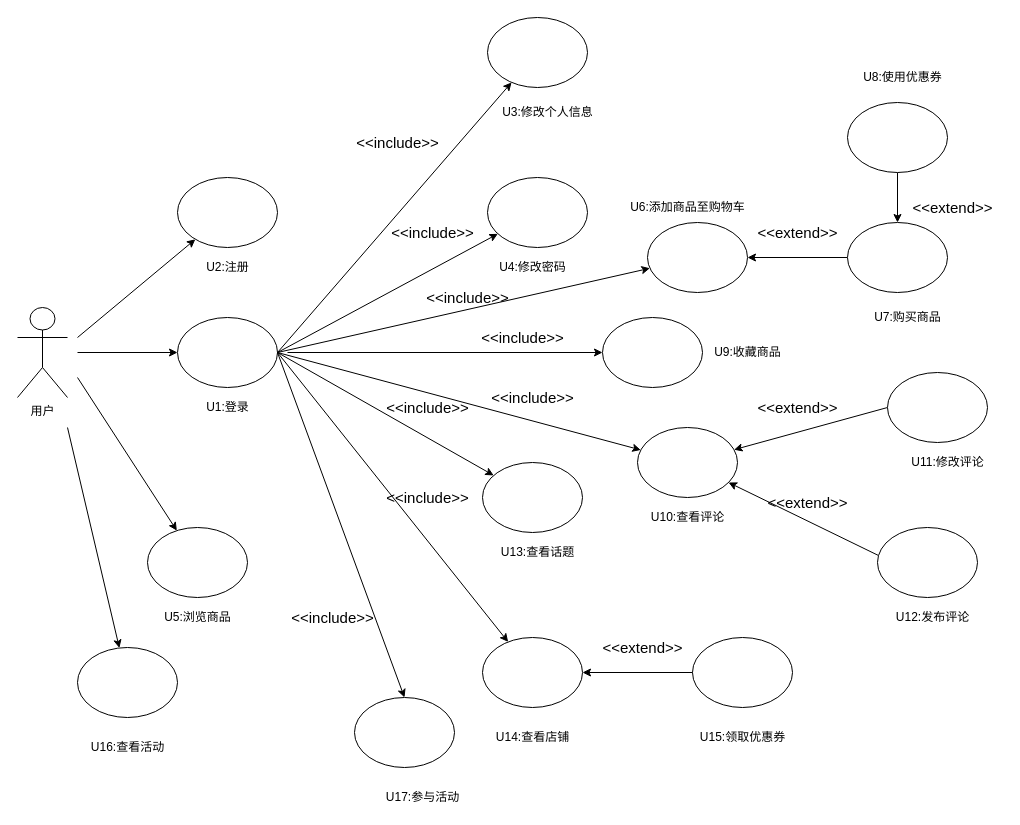
Before: 软工导论小组作业/需求建模之用例模型（商品模块-用户）.drawio in app1echip/grams, a draw.io diagram. Source tidied: cells renumbered, new cells numbered last; positions are measured from the earlier drawing's top-left corner, leaving out a move shared by most shapes. Both pictures are drawn from the tidied source at 100%, with x=0, y=0 at pixel (17, 17).
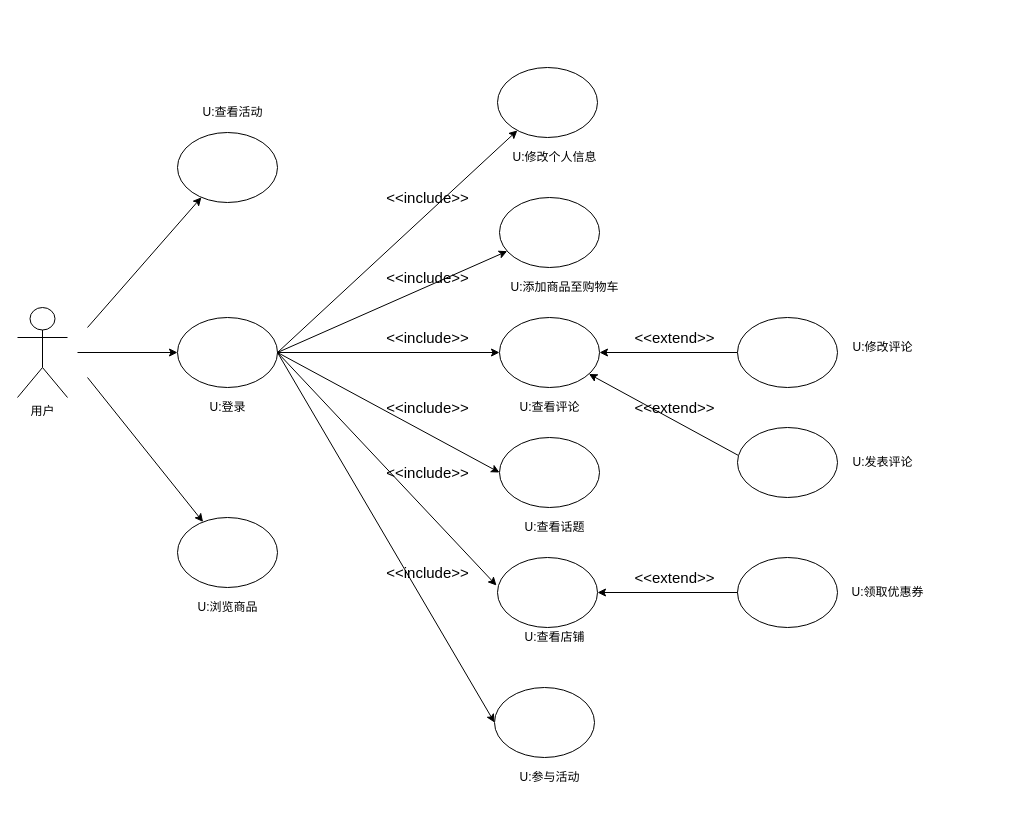
After the change.

Commit message:
Update 需求建模之用例模型（商品模块-用户）.drawio

Unchanged cells that the change refers to:
```xml
<mxCell id="6" style="ellipse;whiteSpace=wrap;html=1;" parent="1" vertex="1">
  <mxGeometry x="160" y="300" width="100" height="70" as="geometry" />
</mxCell>
```

Diff of the diagram source:
```diff
@@
-    <mxCell id="3" style="rounded=0;jettySize=auto;html=1;startArrow=classic;startFill=1;endArrow=none;endFill=0;" parent="1" edge="1" source="4">
-      <mxGeometry relative="1" as="geometry">
-        <mxPoint x="60" y="320" as="targetPoint" />
-      </mxGeometry>
-    </mxCell>
-    <mxCell id="4" style="ellipse;whiteSpace=wrap;html=1;" parent="1" vertex="1">
-      <mxGeometry x="160" y="160" width="100" height="70" as="geometry" />
-    </mxCell>
@@
     <mxCell id="7" style="edgeStyle=none;rounded=0;jettySize=auto;html=1;startArrow=classic;startFill=1;endArrow=none;endFill=0;" parent="1" edge="1" source="64">
       <mxGeometry relative="1" as="geometry">
-        <mxPoint x="60" y="360" as="targetPoint" />
+        <mxPoint x="70" y="360" as="targetPoint" />
       </mxGeometry>
     </mxCell>
@@
     <mxCell id="9" style="ellipse;whiteSpace=wrap;html=1;" parent="1" vertex="1">
-      <mxGeometry x="630" y="205" width="100" height="70" as="geometry" />
+      <mxGeometry x="482" y="180" width="100" height="70" as="geometry" />
     </mxCell>
-    <mxCell id="10" style="edgeStyle=none;rounded=0;jettySize=auto;html=1;entryX=1;entryY=0.5;entryDx=0;entryDy=0;startArrow=none;startFill=0;endArrow=classic;endFill=1;" parent="1" edge="1" source="12" target="9">
-      <mxGeometry relative="1" as="geometry" />
-    </mxCell>
-    <mxCell id="11" style="edgeStyle=none;rounded=0;jettySize=auto;html=1;entryX=0.5;entryY=1;entryDx=0;entryDy=0;startArrow=classic;startFill=1;endArrow=none;endFill=0;" parent="1" edge="1" source="12" target="23">
-      <mxGeometry relative="1" as="geometry" />
-    </mxCell>
-    <mxCell id="12" style="ellipse;whiteSpace=wrap;html=1;" parent="1" vertex="1">
-      <mxGeometry x="830" y="205" width="100" height="70" as="geometry" />
-    </mxCell>
@@
     <mxCell id="14" style="ellipse;whiteSpace=wrap;html=1;" parent="1" vertex="1">
-      <mxGeometry x="470" width="100" height="70" as="geometry" />
+      <mxGeometry x="480" y="50" width="100" height="70" as="geometry" />
     </mxCell>
@@
     <mxCell id="18" style="ellipse;whiteSpace=wrap;html=1;" parent="1" vertex="1">
-      <mxGeometry x="620" y="410" width="100" height="70" as="geometry" />
+      <mxGeometry x="482" y="300" width="100" height="70" as="geometry" />
     </mxCell>
     <mxCell id="19" style="ellipse;whiteSpace=wrap;html=1;" parent="1" vertex="1">
-      <mxGeometry x="675" y="620" width="100" height="70" as="geometry" />
+      <mxGeometry x="720" y="540" width="100" height="70" as="geometry" />
     </mxCell>
-    <mxCell id="20" style="edgeStyle=none;rounded=0;jettySize=auto;html=1;startArrow=classic;startFill=1;endArrow=none;endFill=0;entryX=1;entryY=0.5;entryDx=0;entryDy=0;" parent="1" edge="1" source="21" target="6">
-      <mxGeometry relative="1" as="geometry" />
-    </mxCell>
-    <mxCell id="21" style="ellipse;whiteSpace=wrap;html=1;" parent="1" vertex="1">
-      <mxGeometry x="470" y="160" width="100" height="70" as="geometry" />
-    </mxCell>
     <mxCell id="22" style="ellipse;whiteSpace=wrap;html=1;" parent="1" vertex="1">
-      <mxGeometry x="870" y="355" width="100" height="70" as="geometry" />
+      <mxGeometry x="720" y="300" width="100" height="70" as="geometry" />
     </mxCell>
-    <mxCell id="23" style="ellipse;whiteSpace=wrap;html=1;" parent="1" vertex="1">
-      <mxGeometry x="830" y="85" width="100" height="70" as="geometry" />
-    </mxCell>
-    <mxCell id="24" style="edgeStyle=none;rounded=0;jettySize=auto;html=1;entryX=1;entryY=0.5;entryDx=0;entryDy=0;startArrow=classic;startFill=1;endArrow=none;endFill=0;" parent="1" edge="1" source="25" target="6">
+    <mxCell id="24" style="edgeStyle=none;rounded=0;jettySize=auto;html=1;entryX=1;entryY=0.5;entryDx=0;entryDy=0;startArrow=classic;startFill=1;endArrow=none;endFill=0;exitX=0;exitY=0.5;exitDx=0;exitDy=0;" parent="1" edge="1" source="25" target="6">
       <mxGeometry relative="1" as="geometry" />
     </mxCell>
     <mxCell id="25" style="ellipse;whiteSpace=wrap;html=1;" parent="1" vertex="1">
-      <mxGeometry x="465" y="445" width="100" height="70" as="geometry" />
+      <mxGeometry x="482" y="420" width="100" height="70" as="geometry" />
     </mxCell>
-    <mxCell id="26" value="&lt;font style=&quot;font-size: 15px&quot;&gt;&amp;lt;&amp;lt;include&amp;gt;&amp;gt;&lt;/font&gt;" style="text;html=1;align=center;verticalAlign=middle;" parent="1" vertex="1">
-      <mxGeometry x="365" y="205" width="100" height="20" as="geometry" />
-    </mxCell>
-    <mxCell id="27" style="edgeStyle=none;rounded=0;jettySize=auto;html=1;startArrow=classic;startFill=1;endArrow=none;endFill=0;" parent="1" edge="1" source="28">
-      <mxGeometry relative="1" as="geometry">
-        <mxPoint x="270" y="335" as="targetPoint" />
-      </mxGeometry>
-    </mxCell>
-    <mxCell id="28" style="ellipse;whiteSpace=wrap;html=1;" parent="1" vertex="1">
-      <mxGeometry x="585" y="300" width="100" height="70" as="geometry" />
-    </mxCell>
-    <mxCell id="29" value="&lt;span&gt;U1:登录&lt;/span&gt;" style="text;html=1;align=center;verticalAlign=middle;" parent="1" vertex="1">
-      <mxGeometry x="180" y="380" width="60" height="20" as="geometry" />
+    <mxCell id="29" value="&lt;span&gt;U:登录&lt;/span&gt;" style="text;html=1;align=center;verticalAlign=middle;" parent="1" vertex="1">
+      <mxGeometry x="185" y="380" width="50" height="20" as="geometry" />
     </mxCell>
-    <mxCell id="30" value="&lt;span&gt;U11:&lt;/span&gt;&lt;span&gt;修改评论&lt;/span&gt;" style="text;html=1;align=center;verticalAlign=middle;" parent="1" vertex="1">
-      <mxGeometry x="885" y="435" width="90" height="20" as="geometry" />
+    <mxCell id="30" value="&lt;span&gt;U:&lt;/span&gt;&lt;span&gt;修改评论&lt;/span&gt;" style="text;html=1;align=center;verticalAlign=middle;" parent="1" vertex="1">
+      <mxGeometry x="825" y="320" width="80" height="20" as="geometry" />
     </mxCell>
-    <mxCell id="31" value="&lt;span&gt;U2:&lt;/span&gt;&lt;span&gt;注册&lt;/span&gt;" style="text;html=1;align=center;verticalAlign=middle;" parent="1" vertex="1">
-      <mxGeometry x="180" y="240" width="60" height="20" as="geometry" />
-    </mxCell>
-    <mxCell id="32" value="&lt;span&gt;U10:查看&lt;/span&gt;&lt;span&gt;评论&lt;/span&gt;" style="text;html=1;align=center;verticalAlign=middle;" parent="1" vertex="1">
-      <mxGeometry x="625" y="490" width="90" height="20" as="geometry" />
+    <mxCell id="32" value="&lt;span&gt;U:查看&lt;/span&gt;&lt;span&gt;评论&lt;/span&gt;" style="text;html=1;align=center;verticalAlign=middle;" parent="1" vertex="1">
+      <mxGeometry x="492" y="380" width="80" height="20" as="geometry" />
     </mxCell>
-    <mxCell id="33" value="&lt;span&gt;U9:&lt;/span&gt;&lt;span&gt;收藏商品&lt;/span&gt;" style="text;html=1;align=center;verticalAlign=middle;" parent="1" vertex="1">
-      <mxGeometry x="690" y="325" width="80" height="20" as="geometry" />
-    </mxCell>
-    <mxCell id="34" value="&lt;span&gt;U7:&lt;/span&gt;&lt;span&gt;购买商品&lt;/span&gt;" style="text;html=1;align=center;verticalAlign=middle;" parent="1" vertex="1">
-      <mxGeometry x="850" y="290" width="80" height="20" as="geometry" />
-    </mxCell>
-    <mxCell id="35" value="&lt;span&gt;U3:&lt;/span&gt;&lt;span&gt;修改个人信息&lt;/span&gt;" style="text;html=1;align=center;verticalAlign=middle;" parent="1" vertex="1">
-      <mxGeometry x="475" y="85" width="110" height="20" as="geometry" />
+    <mxCell id="35" value="&lt;span&gt;U:&lt;/span&gt;&lt;span&gt;修改个人信息&lt;/span&gt;" style="text;html=1;align=center;verticalAlign=middle;" parent="1" vertex="1">
+      <mxGeometry x="487" y="130" width="100" height="20" as="geometry" />
     </mxCell>
-    <mxCell id="36" value="&lt;span&gt;U4:&lt;/span&gt;&lt;span&gt;修改密码&lt;/span&gt;" style="text;html=1;align=center;verticalAlign=middle;" parent="1" vertex="1">
-      <mxGeometry x="475" y="240" width="80" height="20" as="geometry" />
-    </mxCell>
-    <mxCell id="37" value="&lt;span&gt;U15:&lt;/span&gt;&lt;span&gt;领取优惠券&lt;/span&gt;" style="text;html=1;align=center;verticalAlign=middle;" parent="1" vertex="1">
-      <mxGeometry x="675" y="710" width="100" height="20" as="geometry" />
+    <mxCell id="37" value="&lt;span&gt;U:&lt;/span&gt;&lt;span&gt;领取优惠券&lt;/span&gt;" style="text;html=1;align=center;verticalAlign=middle;" parent="1" vertex="1">
+      <mxGeometry x="825" y="565" width="90" height="20" as="geometry" />
     </mxCell>
-    <mxCell id="38" value="&lt;span&gt;U8:&lt;/span&gt;&lt;span&gt;使用优惠券&lt;/span&gt;" style="text;html=1;align=center;verticalAlign=middle;" parent="1" vertex="1">
-      <mxGeometry x="840" y="50" width="90" height="20" as="geometry" />
-    </mxCell>
-    <mxCell id="39" value="&lt;span&gt;U13:&lt;/span&gt;&lt;span&gt;查看话题&lt;/span&gt;" style="text;html=1;align=center;verticalAlign=middle;" parent="1" vertex="1">
-      <mxGeometry x="475" y="525" width="90" height="20" as="geometry" />
+    <mxCell id="39" value="&lt;span&gt;U:&lt;/span&gt;&lt;span&gt;查看话题&lt;/span&gt;" style="text;html=1;align=center;verticalAlign=middle;" parent="1" vertex="1">
+      <mxGeometry x="497" y="500" width="80" height="20" as="geometry" />
     </mxCell>
-    <mxCell id="40" value="&lt;span&gt;U6:&lt;/span&gt;&lt;span&gt;添加商品至购物车&lt;/span&gt;" style="text;html=1;align=center;verticalAlign=middle;" parent="1" vertex="1">
-      <mxGeometry x="605" y="180" width="130" height="20" as="geometry" />
+    <mxCell id="40" value="&lt;span&gt;U:&lt;/span&gt;&lt;span&gt;添加商品至购物车&lt;/span&gt;" style="text;html=1;align=center;verticalAlign=middle;" parent="1" vertex="1">
+      <mxGeometry x="487" y="260" width="120" height="20" as="geometry" />
     </mxCell>
     <mxCell id="41" value="&lt;font style=&quot;font-size: 15px&quot;&gt;&amp;lt;&amp;lt;include&amp;gt;&amp;gt;&lt;/font&gt;" style="text;html=1;align=center;verticalAlign=middle;" parent="1" vertex="1">
-      <mxGeometry x="330" y="115" width="100" height="20" as="geometry" />
+      <mxGeometry x="360" y="170" width="100" height="20" as="geometry" />
     </mxCell>
     <mxCell id="42" value="&lt;font style=&quot;font-size: 15px&quot;&gt;&amp;lt;&amp;lt;include&amp;gt;&amp;gt;&lt;/font&gt;" style="text;html=1;align=center;verticalAlign=middle;" parent="1" vertex="1">
-      <mxGeometry x="400" y="270" width="100" height="20" as="geometry" />
+      <mxGeometry x="360" y="250" width="100" height="20" as="geometry" />
     </mxCell>
-    <mxCell id="43" value="&lt;font style=&quot;font-size: 15px&quot;&gt;&amp;lt;&amp;lt;include&amp;gt;&amp;gt;&lt;/font&gt;" style="text;html=1;align=center;verticalAlign=middle;" parent="1" vertex="1">
-      <mxGeometry x="455" y="310" width="100" height="20" as="geometry" />
-    </mxCell>
@@
-    <mxCell id="45" style="edgeStyle=none;rounded=0;jettySize=auto;html=1;entryX=1;entryY=0.5;entryDx=0;entryDy=0;startArrow=classic;startFill=1;endArrow=none;endFill=0;" parent="1" edge="1" source="47" target="6">
+    <mxCell id="45" style="edgeStyle=none;rounded=0;jettySize=auto;html=1;entryX=1;entryY=0.5;entryDx=0;entryDy=0;startArrow=classic;startFill=1;endArrow=none;endFill=0;exitX=-0.01;exitY=0.4;exitDx=0;exitDy=0;exitPerimeter=0;" parent="1" edge="1" source="47" target="6">
       <mxGeometry relative="1" as="geometry" />
     </mxCell>
@@
     <mxCell id="47" style="ellipse;whiteSpace=wrap;html=1;" parent="1" vertex="1">
-      <mxGeometry x="465" y="620" width="100" height="70" as="geometry" />
+      <mxGeometry x="480" y="540" width="100" height="70" as="geometry" />
     </mxCell>
     <mxCell id="48" value="&lt;font style=&quot;font-size: 15px&quot;&gt;&amp;lt;&amp;lt;include&amp;gt;&amp;gt;&lt;/font&gt;" style="text;html=1;align=center;verticalAlign=middle;" parent="1" vertex="1">
-      <mxGeometry x="465" y="370" width="100" height="20" as="geometry" />
+      <mxGeometry x="360" y="545" width="100" height="20" as="geometry" />
     </mxCell>
-    <mxCell id="49" value="&lt;span&gt;U14:&lt;/span&gt;&lt;span&gt;查看店铺&lt;/span&gt;" style="text;html=1;align=center;verticalAlign=middle;" parent="1" vertex="1">
-      <mxGeometry x="470" y="710" width="90" height="20" as="geometry" />
+    <mxCell id="49" value="&lt;span&gt;U:&lt;/span&gt;&lt;span&gt;查看店铺&lt;/span&gt;" style="text;html=1;align=center;verticalAlign=middle;" parent="1" vertex="1">
+      <mxGeometry x="497" y="610" width="80" height="20" as="geometry" />
     </mxCell>
     <mxCell id="50" style="ellipse;whiteSpace=wrap;html=1;" parent="1" vertex="1">
-      <mxGeometry x="860" y="510" width="100" height="70" as="geometry" />
+      <mxGeometry x="720" y="410" width="100" height="70" as="geometry" />
     </mxCell>
-    <mxCell id="51" value="&lt;span&gt;U12:发布&lt;/span&gt;&lt;span&gt;评论&lt;/span&gt;" style="text;html=1;align=center;verticalAlign=middle;" parent="1" vertex="1">
-      <mxGeometry x="870" y="590" width="90" height="20" as="geometry" />
+    <mxCell id="51" value="&lt;span&gt;U:发表&lt;/span&gt;&lt;span&gt;评论&lt;/span&gt;" style="text;html=1;align=center;verticalAlign=middle;" parent="1" vertex="1">
+      <mxGeometry x="825" y="435" width="80" height="20" as="geometry" />
     </mxCell>
     <mxCell id="52" value="&lt;font style=&quot;font-size: 15px&quot;&gt;&amp;lt;&amp;lt;extend&amp;gt;&amp;gt;&lt;/font&gt;" style="text;html=1;align=center;verticalAlign=middle;" parent="1" vertex="1">
-      <mxGeometry x="730" y="380" width="100" height="20" as="geometry" />
+      <mxGeometry x="607" y="310" width="100" height="20" as="geometry" />
     </mxCell>
     <mxCell id="53" value="&lt;font style=&quot;font-size: 15px&quot;&gt;&amp;lt;&amp;lt;extend&amp;gt;&amp;gt;&lt;/font&gt;" style="text;html=1;align=center;verticalAlign=middle;" parent="1" vertex="1">
-      <mxGeometry x="740" y="475" width="100" height="20" as="geometry" />
+      <mxGeometry x="607" y="380" width="100" height="20" as="geometry" />
     </mxCell>
     <mxCell id="54" value="&lt;font style=&quot;font-size: 15px&quot;&gt;&amp;lt;&amp;lt;include&amp;gt;&amp;gt;&lt;/font&gt;" style="text;html=1;align=center;verticalAlign=middle;" parent="1" vertex="1">
-      <mxGeometry x="360" y="470" width="100" height="20" as="geometry" />
+      <mxGeometry x="360" y="445" width="100" height="20" as="geometry" />
     </mxCell>
     <mxCell id="55" value="&lt;font style=&quot;font-size: 15px&quot;&gt;&amp;lt;&amp;lt;extend&amp;gt;&amp;gt;&lt;/font&gt;" style="text;html=1;align=center;verticalAlign=middle;" parent="1" vertex="1">
-      <mxGeometry x="575" y="620" width="100" height="20" as="geometry" />
+      <mxGeometry x="607" y="550" width="100" height="20" as="geometry" />
     </mxCell>
-    <mxCell id="56" value="&lt;font style=&quot;font-size: 15px&quot;&gt;&amp;lt;&amp;lt;extend&amp;gt;&amp;gt;&lt;/font&gt;" style="text;html=1;align=center;verticalAlign=middle;" parent="1" vertex="1">
-      <mxGeometry x="885" y="180" width="100" height="20" as="geometry" />
-    </mxCell>
     <mxCell id="57" style="rounded=0;jettySize=auto;html=1;startArrow=classic;startFill=1;endArrow=none;endFill=0;" parent="1" edge="1" source="59">
       <mxGeometry relative="1" as="geometry">
-        <mxPoint x="50" y="410" as="targetPoint" />
+        <mxPoint x="70" y="310" as="targetPoint" />
       </mxGeometry>
     </mxCell>
-    <mxCell id="58" style="edgeStyle=none;rounded=0;jettySize=auto;html=1;entryX=0.5;entryY=0;entryDx=0;entryDy=0;startArrow=none;startFill=0;endArrow=classic;endFill=1;exitX=1;exitY=0.5;exitDx=0;exitDy=0;" parent="1" edge="1" source="6" target="61">
+    <mxCell id="58" style="edgeStyle=none;rounded=0;jettySize=auto;html=1;entryX=0;entryY=0.5;entryDx=0;entryDy=0;startArrow=none;startFill=0;endArrow=classic;endFill=1;exitX=1;exitY=0.5;exitDx=0;exitDy=0;" parent="1" edge="1" source="6" target="61">
       <mxGeometry relative="1" as="geometry" />
     </mxCell>
     <mxCell id="59" style="ellipse;whiteSpace=wrap;html=1;" parent="1" vertex="1">
-      <mxGeometry x="60" y="630" width="100" height="70" as="geometry" />
+      <mxGeometry x="160" y="115" width="100" height="70" as="geometry" />
     </mxCell>
-    <mxCell id="60" value="&lt;span&gt;U16:&lt;/span&gt;&lt;span&gt;查看活动&lt;/span&gt;" style="text;html=1;align=center;verticalAlign=middle;" parent="1" vertex="1">
-      <mxGeometry x="65" y="720" width="90" height="20" as="geometry" />
+    <mxCell id="60" value="&lt;span&gt;U:&lt;/span&gt;&lt;span&gt;查看活动&lt;/span&gt;" style="text;html=1;align=center;verticalAlign=middle;" parent="1" vertex="1">
+      <mxGeometry x="175" y="85" width="80" height="20" as="geometry" />
     </mxCell>
     <mxCell id="61" style="ellipse;whiteSpace=wrap;html=1;" parent="1" vertex="1">
-      <mxGeometry x="337" y="680" width="100" height="70" as="geometry" />
+      <mxGeometry x="477" y="670" width="100" height="70" as="geometry" />
     </mxCell>
-    <mxCell id="62" value="&lt;span&gt;U17:参与&lt;/span&gt;&lt;span&gt;活动&lt;/span&gt;" style="text;html=1;align=center;verticalAlign=middle;" parent="1" vertex="1">
-      <mxGeometry x="360" y="770" width="90" height="20" as="geometry" />
+    <mxCell id="62" value="&lt;span&gt;U:参与&lt;/span&gt;&lt;span&gt;活动&lt;/span&gt;" style="text;html=1;align=center;verticalAlign=middle;" parent="1" vertex="1">
+      <mxGeometry x="492" y="750" width="80" height="20" as="geometry" />
     </mxCell>
-    <mxCell id="63" value="&lt;font style=&quot;font-size: 15px&quot;&gt;&amp;lt;&amp;lt;extend&amp;gt;&amp;gt;&lt;/font&gt;" style="text;html=1;align=center;verticalAlign=middle;" parent="1" vertex="1">
-      <mxGeometry x="730" y="205" width="100" height="20" as="geometry" />
-    </mxCell>
     <mxCell id="64" style="ellipse;whiteSpace=wrap;html=1;" parent="1" vertex="1">
-      <mxGeometry x="130" y="510" width="100" height="70" as="geometry" />
+      <mxGeometry x="160" y="500" width="100" height="70" as="geometry" />
     </mxCell>
-    <mxCell id="65" value="&lt;span&gt;U5:&lt;/span&gt;&lt;span&gt;浏览商品&lt;/span&gt;" style="text;html=1;align=center;verticalAlign=middle;" parent="1" vertex="1">
-      <mxGeometry x="140" y="590" width="80" height="20" as="geometry" />
+    <mxCell id="65" value="&lt;span&gt;U:&lt;/span&gt;&lt;span&gt;浏览商品&lt;/span&gt;" style="text;html=1;align=center;verticalAlign=middle;" parent="1" vertex="1">
+      <mxGeometry x="170" y="580" width="80" height="20" as="geometry" />
     </mxCell>
     <mxCell id="66" value="&lt;font style=&quot;font-size: 15px&quot;&gt;&amp;lt;&amp;lt;include&amp;gt;&amp;gt;&lt;/font&gt;" style="text;html=1;align=center;verticalAlign=middle;" parent="1" vertex="1">
-      <mxGeometry x="265" y="590" width="100" height="20" as="geometry" />
+      <mxGeometry x="360" y="310" width="100" height="20" as="geometry" />
     </mxCell>
```
